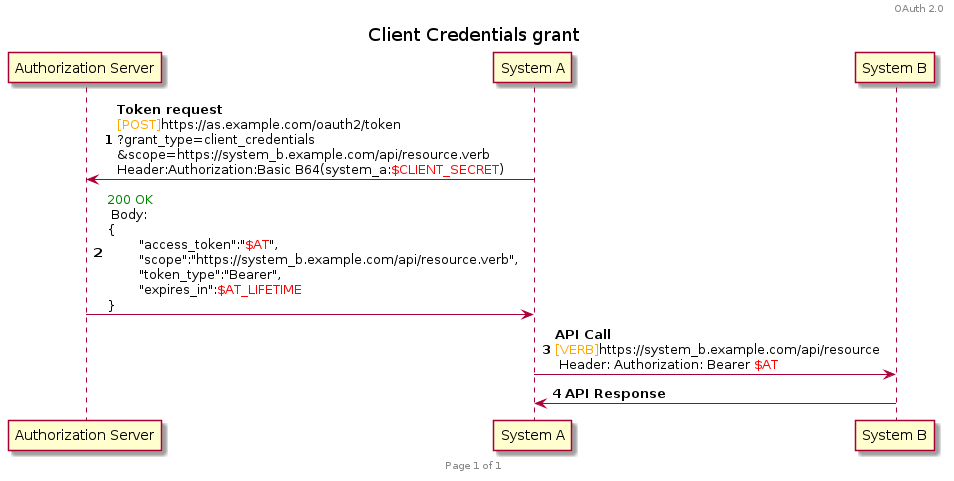
HenriLefevrePro/Articles keeps this PlantUML diagram as plantuml/oauth2/client_credentials.png. Above is the earlier version.
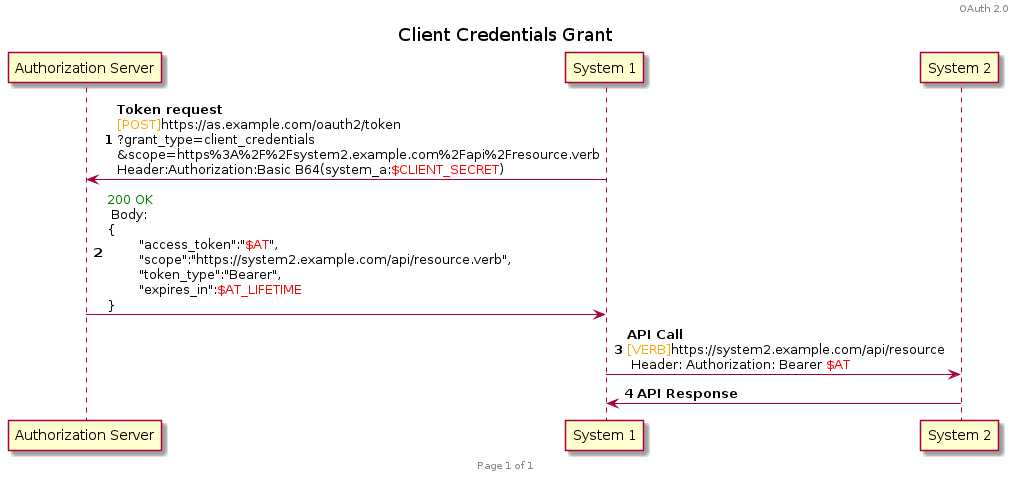
After the change.

Commit message:
[GitHub Actions] Generate PNG images for PlantUML diagrams

Diff of the diagram source:
```diff
@@ -3,16 +3,16 @@
 header OAuth 2.0
 footer Page %page% of %lastpage%
 
-title Client Credentials grant
+title Client Credentials Grant
 autonumber
 
 participant Auth as "Authorization Server"
-participant A as "System A"
-participant B as "System B"
+participant 1 as "System 1"
+participant 2 as "System 2"
 
-A -> Auth : **Token request**\n<font color=orange>[POST]</font>https://as.example.com/oauth2/token\n?grant_type=client_credentials\n&scope=https://system_b.example.com/api/resource.verb\nHeader:Authorization:Basic B64(system_a:<font color=red>$CLIENT_SECRET</font>)
-Auth -> A : <font color=green>200 OK</font> \n Body: \n{\n\t"access_token":"<font color=red>$AT</font>",\n\t"scope":"https://system_b.example.com/api/resource.verb",\n\t"token_type":"Bearer",\n\t"expires_in":<font color=red>$AT_LIFETIME</font>\n}
+1 -> Auth : **Token request**\n<font color=orange>[POST]</font>https://as.example.com/oauth2/token\n?grant_type=client_credentials\n&scope=https%3A%2F%2Fsystem2.example.com%2Fapi%2Fresource.verb\nHeader:Authorization:Basic B64(system_a:<font color=red>$CLIENT_SECRET</font>)
+Auth -> 1 : <font color=green>200 OK</font> \n Body: \n{\n\t"access_token":"<font color=red>$AT</font>",\n\t"scope":"https://system2.example.com/api/resource.verb",\n\t"token_type":"Bearer",\n\t"expires_in":<font color=red>$AT_LIFETIME</font>\n}
 
-A -> B : **API Call** \n<font color=orange>[VERB]</font>https://system_b.example.com/api/resource\n Header: Authorization: Bearer <font color=red>$AT</font>
-B -> A : **API Response**
+1 -> 2 : **API Call** \n<font color=orange>[VERB]</font>https://system2.example.com/api/resource\n Header: Authorization: Bearer <font color=red>$AT</font>
+2 -> 1 : **API Response**
 @enduml
```
